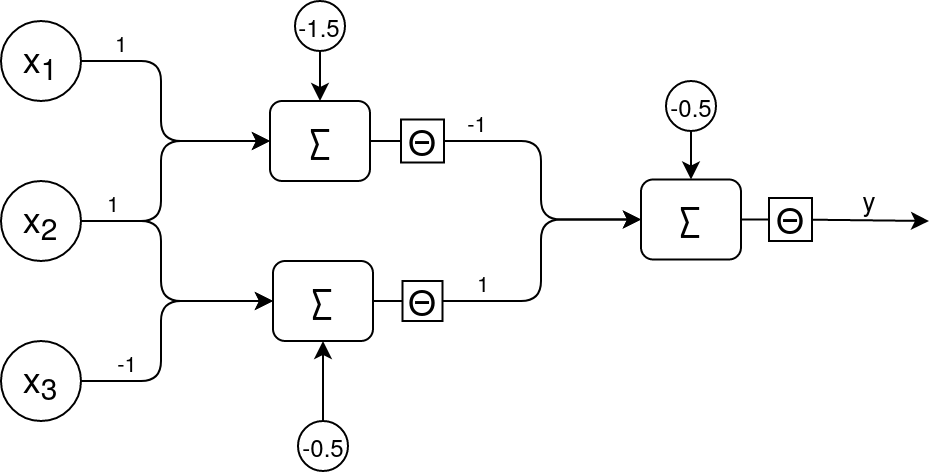
Above: xor1.png in smallSwed/imgs (draw.io), before the change. Source tidied: cells renumbered, new cells last; positions are measured from the earlier drawing's top-left corner, leaving out a move shared by most shapes. The source it was exported from:
```xml
<mxGraphModel>
  <root>
    <mxCell id="0" />
    <mxCell id="1" parent="0" />
    <mxCell id="2" value="x&lt;sub&gt;1&lt;/sub&gt;" style="ellipse;whiteSpace=wrap;html=1;fontSize=18;direction=south;" parent="1" vertex="1">
      <mxGeometry y="10" width="40" height="40" as="geometry" />
    </mxCell>
    <mxCell id="3" value="x&lt;sub&gt;2&lt;/sub&gt;" style="ellipse;whiteSpace=wrap;html=1;fontSize=18;direction=south;" parent="1" vertex="1">
      <mxGeometry y="90" width="40" height="40" as="geometry" />
    </mxCell>
    <mxCell id="4" value="x&lt;sub&gt;3&lt;/sub&gt;" style="ellipse;whiteSpace=wrap;html=1;fontSize=18;direction=south;" parent="1" vertex="1">
      <mxGeometry y="170" width="40" height="40" as="geometry" />
    </mxCell>
    <mxCell id="5" value="1" style="edgeStyle=elbowEdgeStyle;elbow=horizontal;endArrow=classic;html=1;entryX=0;entryY=0.5;entryDx=0;entryDy=0;exitX=0.5;exitY=0;exitDx=0;exitDy=0;labelPosition=center;verticalLabelPosition=top;align=center;verticalAlign=bottom;" parent="1" edge="1" source="2" target="13">
      <mxGeometry x="-0.7" relative="1" as="geometry">
        <Array as="points">
          <mxPoint x="80" y="50" />
          <mxPoint x="130" y="187.8" />
          <mxPoint x="130" y="205.8" />
          <mxPoint x="100" y="195.8" />
          <mxPoint x="130" y="255.8" />
        </Array>
      </mxGeometry>
    </mxCell>
    <mxCell id="6" style="edgeStyle=elbowEdgeStyle;elbow=horizontal;endArrow=classic;html=1;entryX=0;entryY=0.5;entryDx=0;entryDy=0;exitX=0.5;exitY=0;exitDx=0;exitDy=0;labelPosition=center;verticalLabelPosition=top;align=center;verticalAlign=bottom;" parent="1" edge="1" source="3" target="13">
      <mxGeometry x="-0.63" relative="1" as="geometry">
        <Array as="points">
          <mxPoint x="80" y="90" />
          <mxPoint x="140" y="197.8" />
          <mxPoint x="140" y="215.8" />
          <mxPoint x="110" y="205.8" />
          <mxPoint x="140" y="265.8" />
        </Array>
      </mxGeometry>
    </mxCell>
    <mxCell id="7" value="-1" style="edgeStyle=elbowEdgeStyle;elbow=horizontal;endArrow=classic;html=1;entryX=0;entryY=0.5;entryDx=0;entryDy=0;exitX=1;exitY=0.5;exitDx=0;exitDy=0;labelPosition=center;verticalLabelPosition=top;align=center;verticalAlign=bottom;" parent="1" edge="1" source="12" target="19">
      <mxGeometry x="-0.77" relative="1" as="geometry">
        <Array as="points">
          <mxPoint x="270" y="100" />
          <mxPoint x="345.9" y="132" />
          <mxPoint x="345.9" y="150" />
          <mxPoint x="315.9" y="140" />
          <mxPoint x="345.9" y="200" />
        </Array>
      </mxGeometry>
    </mxCell>
    <mxCell id="8" value="1" style="edgeStyle=elbowEdgeStyle;elbow=horizontal;endArrow=classic;html=1;entryX=0;entryY=0.5;entryDx=0;entryDy=0;labelPosition=center;verticalLabelPosition=top;align=center;verticalAlign=bottom;exitX=1;exitY=0.5;exitDx=0;exitDy=0;" parent="1" edge="1" source="25" target="19">
      <mxGeometry x="-0.71" relative="1" as="geometry">
        <Array as="points">
          <mxPoint x="270" y="150" />
        </Array>
      </mxGeometry>
    </mxCell>
    <mxCell id="9" style="edgeStyle=orthogonalEdgeStyle;rounded=0;jettySize=auto;html=1;fontSize=18;entryX=0.5;entryY=0;entryDx=0;entryDy=0;" parent="1" edge="1" source="10" target="13">
      <mxGeometry relative="1" as="geometry" />
    </mxCell>
    <mxCell id="10" value="-1.5" style="ellipse;whiteSpace=wrap;html=1;" parent="1" vertex="1">
      <mxGeometry x="147" width="25" height="25" as="geometry" />
    </mxCell>
    <mxCell id="11" style="edgeStyle=elbowEdgeStyle;elbow=horizontal;endArrow=none;html=1;exitX=1;exitY=0.5;exitDx=0;exitDy=0;entryX=0;entryY=0.5;entryDx=0;entryDy=0;endFill=0;" parent="1" edge="1" source="13" target="12">
      <mxGeometry x="0.12" y="50" relative="1" as="geometry">
        <Array as="points">
          <mxPoint x="188.5" y="75" />
        </Array>
      </mxGeometry>
    </mxCell>
    <mxCell id="12" value="Θ " style="whiteSpace=wrap;html=1;fontSize=18;" parent="1" vertex="1">
      <mxGeometry x="200" y="59.2" width="21.5" height="21.5" as="geometry" />
    </mxCell>
    <mxCell id="13" value="&lt;span class=&quot;box&quot;&gt;∑&lt;/span&gt;" style="rounded=1;whiteSpace=wrap;html=1;fontSize=18;" parent="1" vertex="1">
      <mxGeometry x="134.5" y="50" width="50" height="40" as="geometry" />
    </mxCell>
    <mxCell id="14" value="-0.5" style="ellipse;whiteSpace=wrap;html=1;" parent="1" vertex="1">
      <mxGeometry x="332.5" y="40" width="25" height="25" as="geometry" />
    </mxCell>
    <mxCell id="15" style="edgeStyle=orthogonalEdgeStyle;rounded=0;jettySize=auto;html=1;fontSize=18;entryX=0.5;entryY=0;entryDx=0;entryDy=0;" parent="1" edge="1" source="14" target="19">
      <mxGeometry relative="1" as="geometry" />
    </mxCell>
    <mxCell id="16" style="edgeStyle=elbowEdgeStyle;elbow=horizontal;endArrow=none;html=1;exitX=1;exitY=0.5;exitDx=0;exitDy=0;entryX=0;entryY=0.5;entryDx=0;entryDy=0;endFill=0;" parent="1" edge="1" source="19" target="18">
      <mxGeometry x="0.12" y="50" relative="1" as="geometry">
        <Array as="points">
          <mxPoint x="374" y="124.2" />
        </Array>
      </mxGeometry>
    </mxCell>
    <mxCell id="17" value="y" style="edgeStyle=orthogonalEdgeStyle;rounded=0;jettySize=auto;html=1;endArrow=classic;endFill=1;fontSize=13;labelPosition=center;verticalLabelPosition=top;align=center;verticalAlign=bottom;" parent="1" edge="1" source="18">
      <mxGeometry x="0.25" relative="1" as="geometry">
        <mxPoint x="464" y="110" as="targetPoint" />
        <Array as="points">
          <mxPoint x="395" y="110" />
          <mxPoint x="464" y="110" />
        </Array>
      </mxGeometry>
    </mxCell>
    <mxCell id="18" value="Θ " style="whiteSpace=wrap;html=1;fontSize=18;" parent="1" vertex="1">
      <mxGeometry x="384" y="98.5" width="21.5" height="21.5" as="geometry" />
    </mxCell>
    <mxCell id="19" value="&lt;span class=&quot;box&quot;&gt;∑&lt;/span&gt;" style="rounded=1;whiteSpace=wrap;html=1;fontSize=18;" parent="1" vertex="1">
      <mxGeometry x="320" y="89.2" width="50" height="40" as="geometry" />
    </mxCell>
    <mxCell id="20" value="1" style="edgeStyle=elbowEdgeStyle;elbow=horizontal;endArrow=classic;html=1;entryX=0;entryY=0.5;entryDx=0;entryDy=0;exitX=0.5;exitY=0;exitDx=0;exitDy=0;labelPosition=center;verticalLabelPosition=top;align=center;verticalAlign=bottom;" parent="1" edge="1" source="3" target="26">
      <mxGeometry x="-0.77" relative="1" as="geometry">
        <Array as="points">
          <mxPoint x="80" y="154.2" />
          <mxPoint x="155.9" y="186.2" />
          <mxPoint x="155.9" y="204.2" />
          <mxPoint x="125.9" y="194.2" />
          <mxPoint x="155.9" y="254.2" />
        </Array>
      </mxGeometry>
    </mxCell>
    <mxCell id="21" value="-1" style="edgeStyle=elbowEdgeStyle;elbow=horizontal;endArrow=classic;html=1;entryX=0;entryY=0.5;entryDx=0;entryDy=0;labelPosition=center;verticalLabelPosition=top;align=center;verticalAlign=bottom;exitX=0.5;exitY=0;exitDx=0;exitDy=0;" parent="1" edge="1" source="4" target="26">
      <mxGeometry x="-0.66" relative="1" as="geometry">
        <Array as="points">
          <mxPoint x="80" y="204.2" />
        </Array>
      </mxGeometry>
    </mxCell>
    <mxCell id="22" value="-0.5" style="ellipse;whiteSpace=wrap;html=1;" parent="1" vertex="1">
      <mxGeometry x="148.5" y="210" width="25" height="25" as="geometry" />
    </mxCell>
    <mxCell id="23" style="edgeStyle=orthogonalEdgeStyle;rounded=0;jettySize=auto;html=1;fontSize=18;entryX=0.5;entryY=1;entryDx=0;entryDy=0;" parent="1" edge="1" source="22" target="26">
      <mxGeometry relative="1" as="geometry" />
    </mxCell>
    <mxCell id="24" style="edgeStyle=elbowEdgeStyle;elbow=horizontal;endArrow=none;html=1;exitX=1;exitY=0.5;exitDx=0;exitDy=0;entryX=0;entryY=0.5;entryDx=0;entryDy=0;endFill=0;" parent="1" edge="1" source="26" target="25">
      <mxGeometry x="0.12" y="50" relative="1" as="geometry" />
    </mxCell>
    <mxCell id="25" value="Θ " style="whiteSpace=wrap;html=1;fontSize=18;" parent="1" vertex="1">
      <mxGeometry x="200.8" y="140" width="20" height="20" as="geometry" />
    </mxCell>
    <mxCell id="26" value="&lt;span class=&quot;box&quot;&gt;∑&lt;/span&gt;" style="rounded=1;whiteSpace=wrap;html=1;fontSize=18;" parent="1" vertex="1">
      <mxGeometry x="136" y="130" width="50" height="40" as="geometry" />
    </mxCell>
  </root>
</mxGraphModel>
```
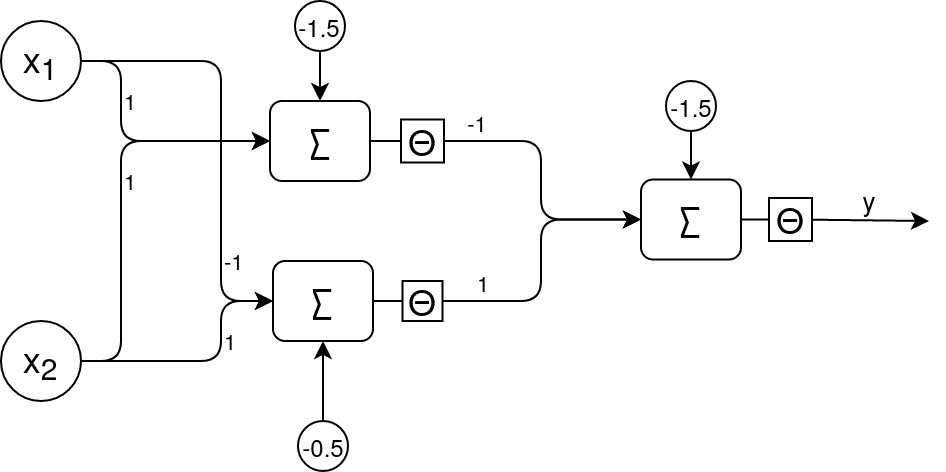
The same diagram one commit later.

The edit, as a diff of the source:
```diff
@@ -6,14 +6,12 @@
       <mxGeometry y="10" width="40" height="40" as="geometry" />
     </mxCell>
     <mxCell id="3" value="x&lt;sub&gt;2&lt;/sub&gt;" style="ellipse;whiteSpace=wrap;html=1;fontSize=18;direction=south;" parent="1" vertex="1">
-      <mxGeometry y="90" width="40" height="40" as="geometry" />
+      <mxGeometry y="160" width="40" height="40" as="geometry" />
     </mxCell>
-    <mxCell id="4" value="x&lt;sub&gt;3&lt;/sub&gt;" style="ellipse;whiteSpace=wrap;html=1;fontSize=18;direction=south;" parent="1" vertex="1">
-      <mxGeometry y="170" width="40" height="40" as="geometry" />
-    </mxCell>
-    <mxCell id="5" value="1" style="edgeStyle=elbowEdgeStyle;elbow=horizontal;endArrow=classic;html=1;entryX=0;entryY=0.5;entryDx=0;entryDy=0;exitX=0.5;exitY=0;exitDx=0;exitDy=0;labelPosition=center;verticalLabelPosition=top;align=center;verticalAlign=bottom;" parent="1" edge="1" source="2" target="13">
-      <mxGeometry x="-0.7" relative="1" as="geometry">
+    <mxCell id="5" value="1" style="edgeStyle=elbowEdgeStyle;elbow=horizontal;endArrow=classic;html=1;entryX=0;entryY=0.5;entryDx=0;entryDy=0;exitX=0.5;exitY=0;exitDx=0;exitDy=0;labelPosition=right;verticalLabelPosition=middle;align=left;verticalAlign=middle;" parent="1" edge="1" source="2" target="13">
+      <mxGeometry x="-0.41" relative="1" as="geometry">
         <Array as="points">
+          <mxPoint x="60" y="50" />
           <mxPoint x="80" y="50" />
           <mxPoint x="130" y="187.8" />
           <mxPoint x="130" y="205.8" />
@@ -22,9 +20,10 @@
         </Array>
       </mxGeometry>
     </mxCell>
-    <mxCell id="6" style="edgeStyle=elbowEdgeStyle;elbow=horizontal;endArrow=classic;html=1;entryX=0;entryY=0.5;entryDx=0;entryDy=0;exitX=0.5;exitY=0;exitDx=0;exitDy=0;labelPosition=center;verticalLabelPosition=top;align=center;verticalAlign=bottom;" parent="1" edge="1" source="3" target="13">
-      <mxGeometry x="-0.63" relative="1" as="geometry">
+    <mxCell id="6" value="1" style="edgeStyle=elbowEdgeStyle;elbow=horizontal;endArrow=classic;html=1;entryX=0;entryY=0.5;entryDx=0;entryDy=0;exitX=0.5;exitY=0;exitDx=0;exitDy=0;labelPosition=right;verticalLabelPosition=middle;align=left;verticalAlign=middle;" parent="1" edge="1" source="3" target="13">
+      <mxGeometry x="0.08" relative="1" as="geometry">
         <Array as="points">
+          <mxPoint x="60" y="110" />
           <mxPoint x="80" y="90" />
           <mxPoint x="140" y="197.8" />
           <mxPoint x="140" y="215.8" />
@@ -70,7 +69,7 @@
     <mxCell id="13" value="&lt;span class=&quot;box&quot;&gt;∑&lt;/span&gt;" style="rounded=1;whiteSpace=wrap;html=1;fontSize=18;" parent="1" vertex="1">
       <mxGeometry x="134.5" y="50" width="50" height="40" as="geometry" />
     </mxCell>
-    <mxCell id="14" value="-0.5" style="ellipse;whiteSpace=wrap;html=1;" parent="1" vertex="1">
+    <mxCell id="14" value="-1.5" style="ellipse;whiteSpace=wrap;html=1;" parent="1" vertex="1">
       <mxGeometry x="332.5" y="40" width="25" height="25" as="geometry" />
     </mxCell>
     <mxCell id="15" style="edgeStyle=orthogonalEdgeStyle;rounded=0;jettySize=auto;html=1;fontSize=18;entryX=0.5;entryY=0;entryDx=0;entryDy=0;" parent="1" edge="1" source="14" target="19">
@@ -98,10 +97,10 @@
     <mxCell id="19" value="&lt;span class=&quot;box&quot;&gt;∑&lt;/span&gt;" style="rounded=1;whiteSpace=wrap;html=1;fontSize=18;" parent="1" vertex="1">
       <mxGeometry x="320" y="89.2" width="50" height="40" as="geometry" />
     </mxCell>
-    <mxCell id="20" value="1" style="edgeStyle=elbowEdgeStyle;elbow=horizontal;endArrow=classic;html=1;entryX=0;entryY=0.5;entryDx=0;entryDy=0;exitX=0.5;exitY=0;exitDx=0;exitDy=0;labelPosition=center;verticalLabelPosition=top;align=center;verticalAlign=bottom;" parent="1" edge="1" source="3" target="26">
-      <mxGeometry x="-0.77" relative="1" as="geometry">
+    <mxCell id="20" value="1" style="edgeStyle=elbowEdgeStyle;elbow=horizontal;endArrow=classic;html=1;entryX=0;entryY=0.5;entryDx=0;entryDy=0;exitX=0.5;exitY=0;exitDx=0;exitDy=0;labelPosition=right;verticalLabelPosition=middle;align=left;verticalAlign=middle;" parent="1" edge="1" source="3" target="26">
+      <mxGeometry x="0.11" y="10" relative="1" as="geometry">
         <Array as="points">
-          <mxPoint x="80" y="154.2" />
+          <mxPoint x="110" y="180" />
           <mxPoint x="155.9" y="186.2" />
           <mxPoint x="155.9" y="204.2" />
           <mxPoint x="125.9" y="194.2" />
@@ -109,10 +108,12 @@
         </Array>
       </mxGeometry>
     </mxCell>
-    <mxCell id="21" value="-1" style="edgeStyle=elbowEdgeStyle;elbow=horizontal;endArrow=classic;html=1;entryX=0;entryY=0.5;entryDx=0;entryDy=0;labelPosition=center;verticalLabelPosition=top;align=center;verticalAlign=bottom;exitX=0.5;exitY=0;exitDx=0;exitDy=0;" parent="1" edge="1" source="4" target="26">
-      <mxGeometry x="-0.66" relative="1" as="geometry">
+    <mxCell id="21" value="-1" style="edgeStyle=elbowEdgeStyle;elbow=horizontal;endArrow=classic;html=1;entryX=0;entryY=0.5;entryDx=0;entryDy=0;labelPosition=right;verticalLabelPosition=middle;align=left;verticalAlign=middle;exitX=0.5;exitY=0;exitDx=0;exitDy=0;" parent="1" edge="1" source="2" target="26">
+      <mxGeometry x="0.57" relative="1" as="geometry">
         <Array as="points">
-          <mxPoint x="80" y="204.2" />
+          <mxPoint x="110" y="80" />
+          <mxPoint x="80" y="150" />
+          <mxPoint x="20" y="110" />
         </Array>
       </mxGeometry>
     </mxCell>
```
